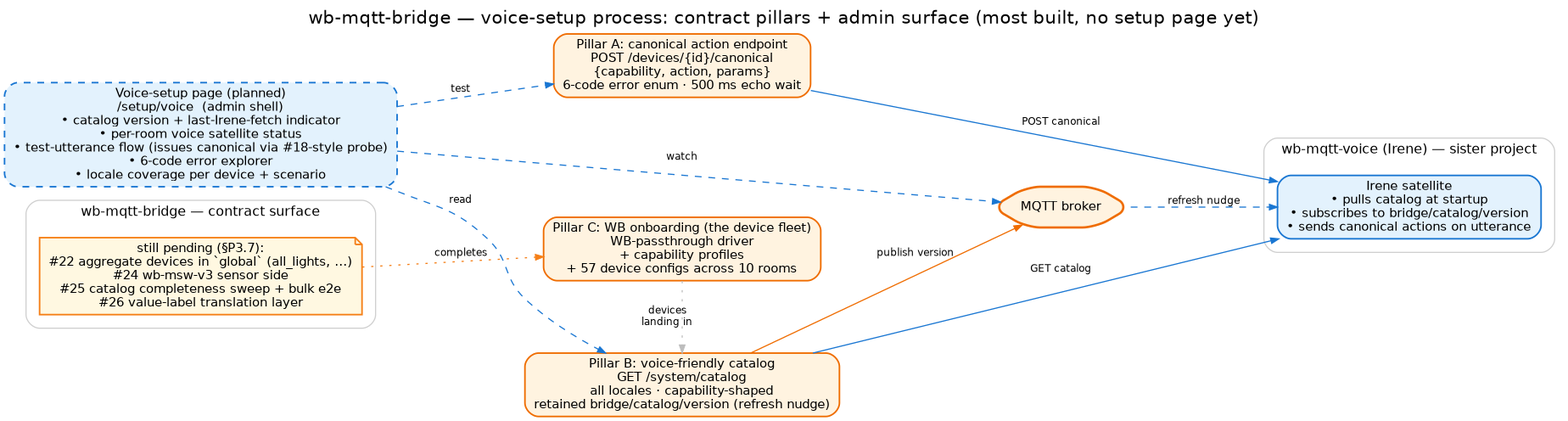
Earlier version of the Graphviz export docs/images/voice-setup.png (droman42/wb-mqtt-bridge). Its source is kept beside it as docs/images/voice-setup.dot. The source it was exported from:
```dot
digraph voice_setup {
  rankdir=LR;
  bgcolor="white";
  splines=spline;
  nodesep=0.45; ranksep=0.9;
  fontname="Helvetica"; labelloc=t; fontsize=16;
  label="wb-mqtt-bridge — voice-setup process: contract pillars + admin surface (most built, no setup page yet)";

  node [fontname="Helvetica", fontsize=11, shape=box, style="filled,rounded", penwidth=1.4];
  edge [fontname="Helvetica", fontsize=9, color="#9e9e9e", arrowsize=0.7];

  subgraph cluster_bridge {
    label="wb-mqtt-bridge — contract surface"; fontsize=12; color="#cfcfcf"; style=rounded; margin=12;

    pill_a [label="Pillar A: canonical action endpoint\nPOST /devices/{id}/canonical\n{capability, action, params}\n6-code error enum · 500 ms echo wait",
            fillcolor="#fff3e0", color="#ef6c00"];
    pill_b [label="Pillar B: voice-friendly catalog\nGET /system/catalog\nall locales · capability-shaped\nretained bridge/catalog/version (refresh nudge)",
            fillcolor="#fff3e0", color="#ef6c00"];
    pill_c [label="Pillar C: WB onboarding (the device fleet)\nWB-passthrough driver\n+ capability profiles\n+ 57 device configs across 10 rooms",
            fillcolor="#fff3e0", color="#ef6c00"];
    pending [shape=note, fillcolor="#fff8e1", color="#f57f17",
             label="still pending (§P3.7):\n#22 aggregate devices in `global` (all_lights, …)\n#24 wb-msw-v3 sensor side\n#25 catalog completeness sweep + bulk e2e\n#26 value-label translation layer"];
  }

  subgraph cluster_irene {
    label="wb-mqtt-voice (Irene) — sister project"; fontsize=12; color="#cfcfcf"; style=rounded; margin=12;
    irene [label="Irene satellite\n• pulls catalog at startup\n• subscribes to bridge/catalog/version\n• sends canonical actions on utterance",
           fillcolor="#e3f2fd", color="#1976d2"];
  }

  page [label="Voice-setup page (planned)\n/setup/voice  (admin shell)\n• catalog version + last-Irene-fetch indicator\n• per-room voice satellite status\n• test-utterance flow (issues canonical via #18-style probe)\n• 6-code error explorer\n• locale coverage per device + scenario",
        fillcolor="#e3f2fd", color="#1976d2", width=4.8, style="filled,rounded,dashed"];

  broker [label="MQTT broker",
          fillcolor="#fff3e0", color="#ef6c00", shape=hexagon, penwidth=2];

  pill_a -> irene [label="POST canonical", color="#1976d2"];
  pill_b -> irene [label="GET catalog", color="#1976d2"];
  pill_b -> broker [label="publish version", color="#ef6c00"];
  broker -> irene  [label="refresh nudge", style=dashed, color="#1976d2"];
  pill_c -> pill_b [style=dotted, color="#bdbdbd", label="devices\nlanding in"];
  pending -> pill_c [style=dotted, color="#f57f17", label="completes"];

  page -> pill_b [style=dashed, color="#1976d2", label="read"];
  page -> pill_a [style=dashed, color="#1976d2", label="test"];
  page -> broker [style=dashed, color="#1976d2", label="watch"];

  {rank=same; pill_a; pill_b; pill_c}
}
```
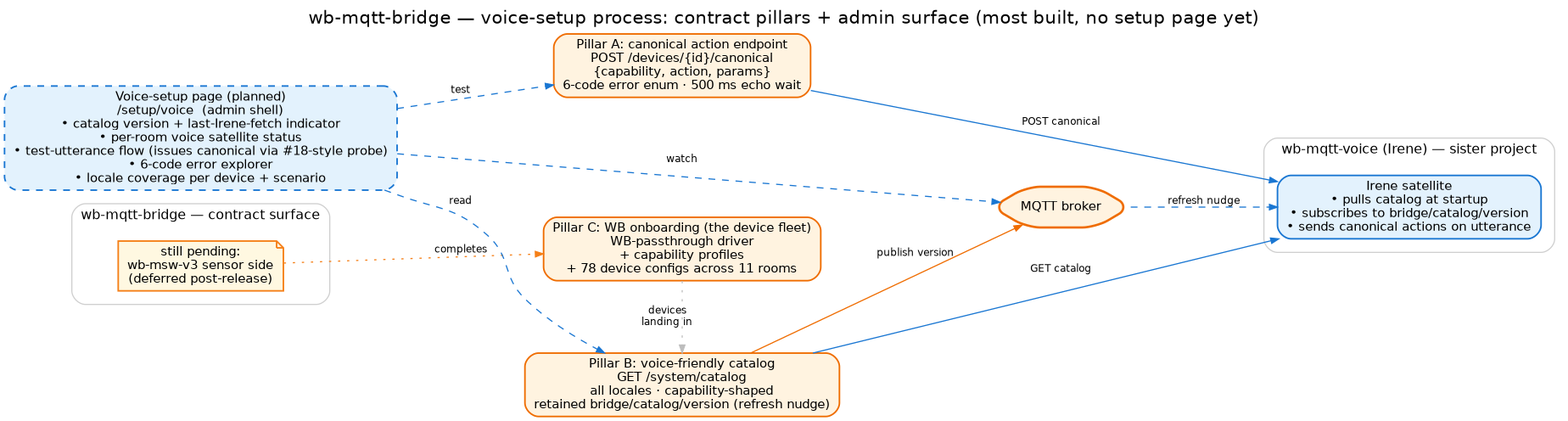
After the change.

Change to the diagram source:
```diff
@@ -16,10 +16,10 @@
             fillcolor="#fff3e0", color="#ef6c00"];
     pill_b [label="Pillar B: voice-friendly catalog\nGET /system/catalog\nall locales · capability-shaped\nretained bridge/catalog/version (refresh nudge)",
             fillcolor="#fff3e0", color="#ef6c00"];
-    pill_c [label="Pillar C: WB onboarding (the device fleet)\nWB-passthrough driver\n+ capability profiles\n+ 57 device configs across 10 rooms",
+    pill_c [label="Pillar C: WB onboarding (the device fleet)\nWB-passthrough driver\n+ capability profiles\n+ 78 device configs across 11 rooms",
             fillcolor="#fff3e0", color="#ef6c00"];
     pending [shape=note, fillcolor="#fff8e1", color="#f57f17",
-             label="still pending (§P3.7):\n#22 aggregate devices in `global` (all_lights, …)\n#24 wb-msw-v3 sensor side\n#25 catalog completeness sweep + bulk e2e\n#26 value-label translation layer"];
+             label="still pending:\nwb-msw-v3 sensor side\n(deferred post-release)"];
   }
 
   subgraph cluster_irene {
```
